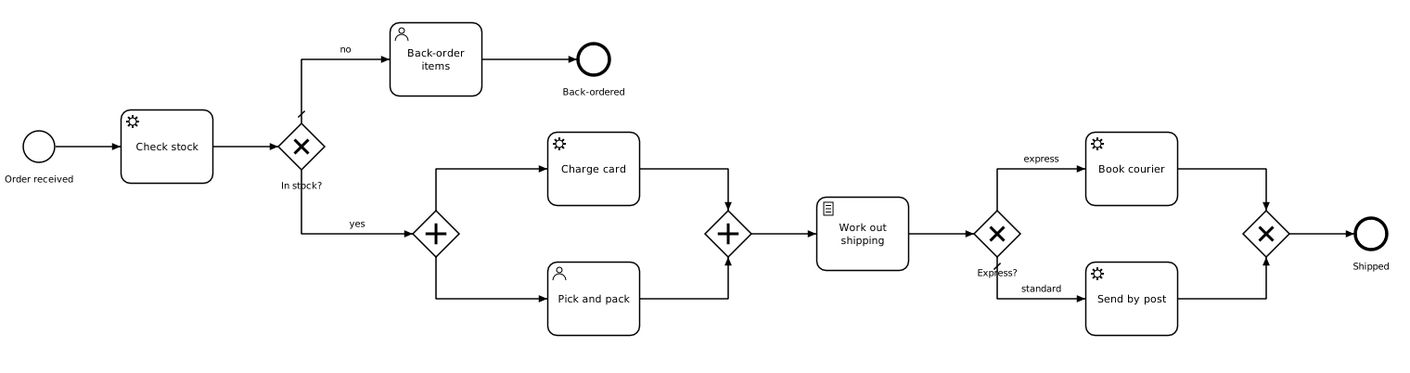
Earlier version of the BPMN export docs/examples/order-fulfilment.png (ashalkhakov/WorkflowKit). Its source is kept beside it as Examples/Processes/order-fulfilment/order-fulfilment.bpmn. Ids are renumbered.
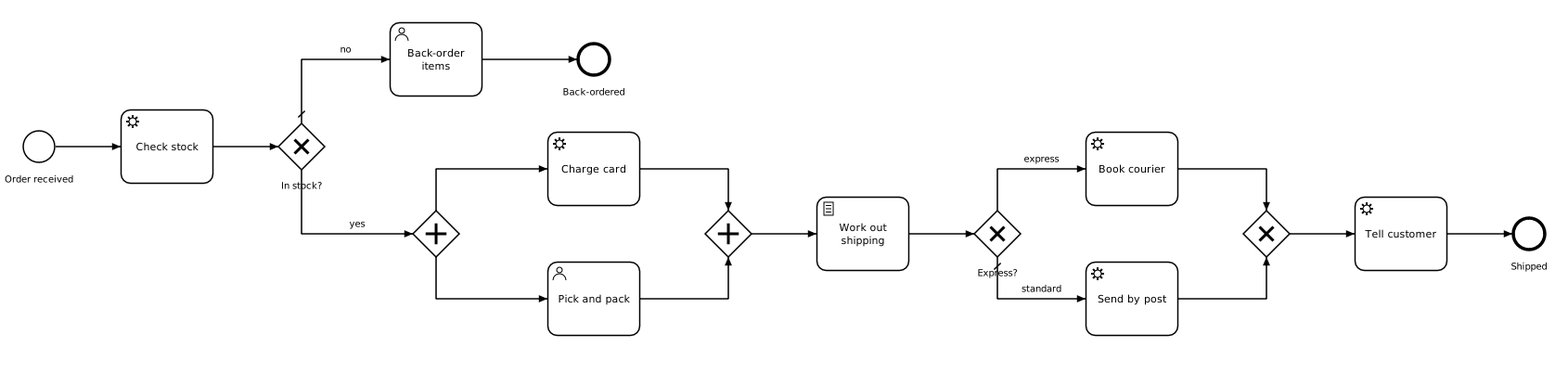
After the commit.

Diff of the diagram source:
```diff
@@ -1,6 +1,12 @@
 <bpmn:definitions xmlns:bpmn="http://www.omg.org/spec/BPMN/20100524/MODEL" xmlns:camunda="http://camunda.org/schema/1.0/bpmn" xmlns:wf="https://workflowkit.local/bpmn" xmlns:xsi="http://www.w3.org/2001/XMLSchema-instance" xmlns:bpmndi="http://www.omg.org/spec/BPMN/20100524/DI" xmlns:dc="http://www.omg.org/spec/DD/20100524/DC" xmlns:di="http://www.omg.org/spec/DD/20100524/DI" id="order-fulfilment-definitions" targetNamespace="http://example.com/workflowkit">
   <bpmn:process id="order-fulfilment" name="Order fulfilment" isExecutable="true">
-    <bpmn:documentation>An order from the web shop: stock is checked, and an order in stock is charged and packed at the same time, then shipped by courier or by post. One out of stock waits for the warehouse to back-order it.</bpmn:documentation>
+    <bpmn:documentation>An order from the web shop: stock is checked, and an order in stock is charged and packed at the same time, then shipped by courier or by post. One out of stock waits for the warehouse to back-order it. The packing task is routed and given its due date by the workload listener, with a checklist and packing notes as its inputs, from which its packing slip is made as it completes; the customer is mailed when the order has gone; and the audit listener records the order from start to end.</bpmn:documentation>
+    <bpmn:extensionElements>
+      <camunda:executionListener event="start" delegateExpression="${audit}"/>
+      <camunda:executionListener event="end" delegateExpression="${audit}">
+        <camunda:field name="note" stringValue="order closed"/>
+      </camunda:executionListener>
+    </bpmn:extensionElements>
     <bpmn:startEvent id="received" name="Order received">
       <bpmn:extensionElements>
         <camunda:formData businessKey="orderNumber">
@@ -29,13 +35,44 @@
     <bpmn:endEvent id="backOrdered" name="Back-ordered"/>
     <bpmn:parallelGateway id="fork"/>
     <bpmn:serviceTask id="charge" name="Charge card" camunda:type="external" camunda:topic="payment"/>
-    <bpmn:userTask id="pack" name="Pick and pack" camunda:candidateGroups="warehouse" camunda:priority="=if express then 80 else 50"/>
+    <bpmn:userTask id="pack" name="Pick and pack" camunda:candidateGroups="warehouse" camunda:priority="=if express then 80 else 50">
+      <bpmn:extensionElements>
+        <camunda:taskListener event="create" delegateExpression="${workload}">
+          <camunda:field name="queue" stringValue="packing"/>
+          <camunda:field name="dueIn" expression="=if express then &quot;PT2H&quot; else &quot;P1D&quot;"/>
+        </camunda:taskListener>
+        <camunda:inputOutput>
+          <camunda:inputParameter name="checklist">
+            <camunda:list>
+              <camunda:value>count the items</camunda:value>
+              <camunda:value>check the address</camunda:value>
+              <camunda:value>=if express then "red tape" else "brown tape"</camunda:value>
+            </camunda:list>
+          </camunda:inputParameter>
+          <camunda:inputParameter name="packing">
+            <camunda:map>
+              <camunda:entry key="customer">${customer}</camunda:entry>
+              <camunda:entry key="express">${express}</camunda:entry>
+              <camunda:entry key="items">=count(items)</camunda:entry>
+            </camunda:map>
+          </camunda:inputParameter>
+          <camunda:outputParameter name="packingSlip">={customer: packing.customer, items: packing.items, tape: checklist[3]}</camunda:outputParameter>
+        </camunda:inputOutput>
+      </bpmn:extensionElements>
+    </bpmn:userTask>
     <bpmn:parallelGateway id="join"/>
     <bpmn:scriptTask id="shippingCost" name="Work out shipping" wf:action="shipping-cost"/>
     <bpmn:exclusiveGateway id="how" name="Express?" default="postFlow"/>
     <bpmn:serviceTask id="courier" name="Book courier" camunda:type="external" camunda:topic="courier"/>
     <bpmn:serviceTask id="post" name="Send by post" camunda:type="external" camunda:topic="post"/>
     <bpmn:exclusiveGateway id="sent"/>
+    <bpmn:serviceTask id="tellCustomer" name="Tell customer" camunda:delegateExpression="${mailer}">
+      <bpmn:extensionElements>
+        <camunda:field name="to" expression="=customer"/>
+        <camunda:field name="template" stringValue="order-shipped"/>
+        <camunda:field name="subject" expression="=&quot;Order &quot; + orderNumber + &quot; is on its way&quot;"/>
+      </bpmn:extensionElements>
+    </bpmn:serviceTask>
     <bpmn:endEvent id="shipped" name="Shipped"/>
     <bpmn:sequenceFlow id="toCheck" sourceRef="received" targetRef="checkStock"/>
     <bpmn:sequenceFlow id="toInStock" sourceRef="checkStock" targetRef="inStock"/>
@@ -56,7 +93,8 @@
     <bpmn:sequenceFlow id="postFlow" name="standard" sourceRef="how" targetRef="post"/>
     <bpmn:sequenceFlow id="courierSent" sourceRef="courier" targetRef="sent"/>
     <bpmn:sequenceFlow id="postSent" sourceRef="post" targetRef="sent"/>
-    <bpmn:sequenceFlow id="toShipped" sourceRef="sent" targetRef="shipped"/>
+    <bpmn:sequenceFlow id="toTell" sourceRef="sent" targetRef="tellCustomer"/>
+    <bpmn:sequenceFlow id="toShipped" sourceRef="tellCustomer" targetRef="shipped"/>
   </bpmn:process>
   <bpmndi:BPMNDiagram id="BPMNDiagram_n1">
     <bpmndi:BPMNPlane xmlns:bpmndi="http://www.omg.org/spec/BPMN/20100524/DI" id="BPMNPlane_n2" bpmnElement="order-fulfilment">
@@ -103,7 +141,7 @@
         <dc:Bounds x="1396" y="283" width="50" height="50"/>
       </bpmndi:BPMNShape>
       <bpmndi:BPMNShape id="shipped_Shape" bpmnElement="shipped">
-        <dc:Bounds x="1516" y="290" width="36" height="36"/>
+        <dc:Bounds x="1686" y="290" width="36" height="36"/>
       </bpmndi:BPMNShape>
       <bpmndi:BPMNEdge id="toCheck_Edge" bpmnElement="toCheck">
         <di:waypoint x="116" y="214"/>
@@ -176,6 +214,13 @@
         <di:waypoint x="1421" y="333"/>
       </bpmndi:BPMNEdge>
       <bpmndi:BPMNEdge id="toShipped_Edge" bpmnElement="toShipped">
+        <di:waypoint x="1616" y="308"/>
+        <di:waypoint x="1686" y="308"/>
+      </bpmndi:BPMNEdge>
+      <bpmndi:BPMNShape id="tellCustomer_Shape" bpmnElement="tellCustomer">
+        <dc:Bounds x="1516" y="268" width="100" height="80"/>
+      </bpmndi:BPMNShape>
+      <bpmndi:BPMNEdge id="toTell_Edge" bpmnElement="toTell">
         <di:waypoint x="1446" y="308"/>
         <di:waypoint x="1516" y="308"/>
       </bpmndi:BPMNEdge>
```
